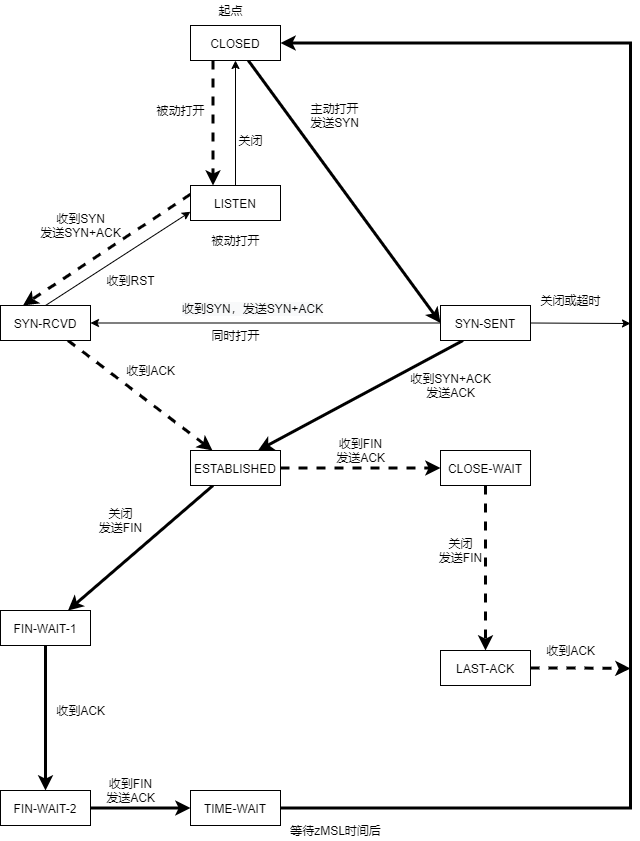
Above: draw.io/network/TCP有限状态机.png in qinjianmin/draw.io (draw.io), before the change. Source tidied: cells renumbered, new cells last; positions are measured from the earlier drawing's top-left corner, leaving out a move shared by most shapes. The source it was exported from:
```xml
<mxGraphModel>
  <root>
    <mxCell id="0" />
    <mxCell id="1" parent="0" />
    <mxCell id="2" style="rounded=0;jettySize=auto;html=1;entryX=0;entryY=0.5;entryDx=0;entryDy=0;strokeWidth=3;" parent="1" edge="1" source="4" target="12">
      <mxGeometry relative="1" as="geometry" />
    </mxCell>
    <mxCell id="3" style="edgeStyle=none;rounded=0;jettySize=auto;html=1;exitX=0.25;exitY=1;exitDx=0;exitDy=0;entryX=0.25;entryY=0;entryDx=0;entryDy=0;strokeWidth=3;dashed=1;" parent="1" edge="1" source="4" target="8">
      <mxGeometry relative="1" as="geometry" />
    </mxCell>
    <mxCell id="4" value="CLOSED" style="rounded=0;whiteSpace=wrap;html=1;" parent="1" vertex="1">
      <mxGeometry x="190" y="25" width="90" height="35" as="geometry" />
    </mxCell>
    <mxCell id="5" value="起点" style="text;html=1;align=center;verticalAlign=middle;strokeColor=none;" parent="1" vertex="1">
      <mxGeometry x="210" width="40" height="20" as="geometry" />
    </mxCell>
    <mxCell id="6" style="edgeStyle=none;rounded=0;jettySize=auto;html=1;exitX=0;exitY=0.25;exitDx=0;exitDy=0;entryX=0.25;entryY=0;entryDx=0;entryDy=0;strokeWidth=3;dashed=1;" parent="1" edge="1" source="8" target="15">
      <mxGeometry relative="1" as="geometry" />
    </mxCell>
    <mxCell id="7" style="edgeStyle=orthogonalEdgeStyle;rounded=0;jettySize=auto;html=1;exitX=0.5;exitY=0;exitDx=0;exitDy=0;entryX=0.5;entryY=1;entryDx=0;entryDy=0;strokeWidth=1;" parent="1" edge="1" source="8" target="4">
      <mxGeometry relative="1" as="geometry" />
    </mxCell>
    <mxCell id="8" value="LISTEN" style="rounded=0;whiteSpace=wrap;html=1;" parent="1" vertex="1">
      <mxGeometry x="190" y="185" width="90" height="35" as="geometry" />
    </mxCell>
    <mxCell id="9" style="edgeStyle=none;rounded=0;jettySize=auto;html=1;exitX=0.25;exitY=1;exitDx=0;exitDy=0;entryX=0.75;entryY=0;entryDx=0;entryDy=0;strokeWidth=3;" parent="1" edge="1" source="12" target="18">
      <mxGeometry relative="1" as="geometry" />
    </mxCell>
    <mxCell id="10" style="edgeStyle=none;rounded=0;jettySize=auto;html=1;exitX=1;exitY=0.5;exitDx=0;exitDy=0;strokeWidth=1;" parent="1" edge="1" source="12">
      <mxGeometry relative="1" as="geometry">
        <mxPoint x="630" y="323" as="targetPoint" />
      </mxGeometry>
    </mxCell>
    <mxCell id="11" style="edgeStyle=none;rounded=0;jettySize=auto;html=1;exitX=0;exitY=0.5;exitDx=0;exitDy=0;entryX=1;entryY=0.5;entryDx=0;entryDy=0;strokeWidth=1;" parent="1" edge="1" source="12" target="15">
      <mxGeometry relative="1" as="geometry" />
    </mxCell>
    <mxCell id="12" value="SYN-SENT" style="rounded=0;whiteSpace=wrap;html=1;" parent="1" vertex="1">
      <mxGeometry x="440" y="305" width="90" height="35" as="geometry" />
    </mxCell>
    <mxCell id="13" style="edgeStyle=none;rounded=0;jettySize=auto;html=1;exitX=0.75;exitY=1;exitDx=0;exitDy=0;dashed=1;strokeWidth=3;" parent="1" edge="1" source="15" target="18">
      <mxGeometry relative="1" as="geometry" />
    </mxCell>
    <mxCell id="14" style="rounded=0;jettySize=auto;html=1;exitX=0.5;exitY=0;exitDx=0;exitDy=0;strokeWidth=1;entryX=0;entryY=0.75;entryDx=0;entryDy=0;" parent="1" edge="1" source="15" target="8">
      <mxGeometry relative="1" as="geometry" />
    </mxCell>
    <mxCell id="15" value="SYN-RCVD" style="rounded=0;whiteSpace=wrap;html=1;" parent="1" vertex="1">
      <mxGeometry y="305" width="90" height="35" as="geometry" />
    </mxCell>
    <mxCell id="16" style="edgeStyle=none;rounded=0;jettySize=auto;html=1;exitX=0.25;exitY=1;exitDx=0;exitDy=0;entryX=0.75;entryY=0;entryDx=0;entryDy=0;strokeWidth=3;" parent="1" edge="1" source="18" target="23">
      <mxGeometry relative="1" as="geometry" />
    </mxCell>
    <mxCell id="17" style="edgeStyle=none;rounded=0;jettySize=auto;html=1;exitX=1;exitY=0.5;exitDx=0;exitDy=0;entryX=0;entryY=0.5;entryDx=0;entryDy=0;dashed=1;strokeWidth=3;" parent="1" edge="1" source="18" target="31">
      <mxGeometry relative="1" as="geometry" />
    </mxCell>
    <mxCell id="18" value="ESTABLISHED" style="rounded=0;whiteSpace=wrap;html=1;" parent="1" vertex="1">
      <mxGeometry x="190" y="450" width="90" height="35" as="geometry" />
    </mxCell>
    <mxCell id="19" value="主动打开&lt;br&gt;发送SYN" style="text;html=1;align=center;verticalAlign=middle;strokeColor=none;" parent="1" vertex="1">
      <mxGeometry x="304" y="100" width="60" height="30" as="geometry" />
    </mxCell>
    <mxCell id="20" value="收到SYN&lt;br&gt;发送SYN+ACK" style="text;html=1;align=center;verticalAlign=middle;strokeColor=none;" parent="1" vertex="1">
      <mxGeometry x="30" y="210" width="100" height="30" as="geometry" />
    </mxCell>
    <mxCell id="21" value="收到SYN+ACK&lt;br&gt;发送ACK" style="text;html=1;align=center;verticalAlign=middle;strokeColor=none;" parent="1" vertex="1">
      <mxGeometry x="400" y="370" width="100" height="30" as="geometry" />
    </mxCell>
    <mxCell id="22" style="edgeStyle=none;rounded=0;jettySize=auto;html=1;exitX=0.5;exitY=1;exitDx=0;exitDy=0;entryX=0.5;entryY=0;entryDx=0;entryDy=0;strokeWidth=3;" parent="1" edge="1" source="23" target="26">
      <mxGeometry relative="1" as="geometry" />
    </mxCell>
    <mxCell id="23" value="FIN-WAIT-1" style="rounded=0;whiteSpace=wrap;html=1;" parent="1" vertex="1">
      <mxGeometry y="610" width="90" height="35" as="geometry" />
    </mxCell>
    <mxCell id="24" value="关闭&lt;br&gt;发送FIN" style="text;html=1;align=center;verticalAlign=middle;strokeColor=none;" parent="1" vertex="1">
      <mxGeometry x="90" y="505" width="60" height="30" as="geometry" />
    </mxCell>
    <mxCell id="25" style="edgeStyle=none;rounded=0;jettySize=auto;html=1;exitX=1;exitY=0.5;exitDx=0;exitDy=0;entryX=0;entryY=0.5;entryDx=0;entryDy=0;strokeWidth=3;" parent="1" edge="1" source="26" target="37">
      <mxGeometry relative="1" as="geometry" />
    </mxCell>
    <mxCell id="26" value="FIN-WAIT-2" style="rounded=0;whiteSpace=wrap;html=1;" parent="1" vertex="1">
      <mxGeometry y="790" width="90" height="35" as="geometry" />
    </mxCell>
    <mxCell id="27" value="收到ACK" style="text;html=1;align=center;verticalAlign=middle;strokeColor=none;" parent="1" vertex="1">
      <mxGeometry x="50" y="700" width="60" height="20" as="geometry" />
    </mxCell>
    <mxCell id="28" value="被动打开" style="text;html=1;align=center;verticalAlign=middle;strokeColor=none;" parent="1" vertex="1">
      <mxGeometry x="150" y="100" width="60" height="20" as="geometry" />
    </mxCell>
    <mxCell id="29" value="收到ACK" style="text;html=1;align=center;verticalAlign=middle;strokeColor=none;" parent="1" vertex="1">
      <mxGeometry x="120" y="360" width="60" height="20" as="geometry" />
    </mxCell>
    <mxCell id="30" style="edgeStyle=none;rounded=0;jettySize=auto;html=1;exitX=0.5;exitY=1;exitDx=0;exitDy=0;entryX=0.5;entryY=0;entryDx=0;entryDy=0;dashed=1;strokeWidth=3;" parent="1" edge="1" source="31" target="34">
      <mxGeometry relative="1" as="geometry" />
    </mxCell>
    <mxCell id="31" value="CLOSE-WAIT" style="rounded=0;whiteSpace=wrap;html=1;" parent="1" vertex="1">
      <mxGeometry x="440" y="450" width="90" height="35" as="geometry" />
    </mxCell>
    <mxCell id="32" value="收到FIN&lt;br&gt;发送ACK" style="text;html=1;align=center;verticalAlign=middle;strokeColor=none;" parent="1" vertex="1">
      <mxGeometry x="330" y="435" width="60" height="30" as="geometry" />
    </mxCell>
    <mxCell id="33" style="edgeStyle=orthogonalEdgeStyle;rounded=0;jettySize=auto;html=1;exitX=1;exitY=0.5;exitDx=0;exitDy=0;strokeWidth=3;dashed=1;" parent="1" edge="1" source="34">
      <mxGeometry relative="1" as="geometry">
        <mxPoint x="630" y="668" as="targetPoint" />
      </mxGeometry>
    </mxCell>
    <mxCell id="34" value="LAST-ACK" style="rounded=0;whiteSpace=wrap;html=1;" parent="1" vertex="1">
      <mxGeometry x="440" y="650" width="90" height="35" as="geometry" />
    </mxCell>
    <mxCell id="35" value="关闭&lt;br&gt;发送FIN" style="text;html=1;align=center;verticalAlign=middle;strokeColor=none;" parent="1" vertex="1">
      <mxGeometry x="430" y="535" width="60" height="30" as="geometry" />
    </mxCell>
    <mxCell id="36" style="edgeStyle=orthogonalEdgeStyle;rounded=0;jettySize=auto;html=1;exitX=1;exitY=0.5;exitDx=0;exitDy=0;entryX=1;entryY=0.5;entryDx=0;entryDy=0;strokeWidth=3;" parent="1" edge="1" source="37" target="4">
      <mxGeometry relative="1" as="geometry">
        <Array as="points">
          <mxPoint x="630" y="808" />
          <mxPoint x="630" y="43" />
        </Array>
      </mxGeometry>
    </mxCell>
    <mxCell id="37" value="TIME-WAIT" style="rounded=0;whiteSpace=wrap;html=1;" parent="1" vertex="1">
      <mxGeometry x="190" y="790" width="90" height="35" as="geometry" />
    </mxCell>
    <mxCell id="38" value="收到FIN&lt;br&gt;发送ACK" style="text;html=1;align=center;verticalAlign=middle;strokeColor=none;" parent="1" vertex="1">
      <mxGeometry x="100" y="775" width="60" height="30" as="geometry" />
    </mxCell>
    <mxCell id="39" value="等待zMSL时间后" style="text;html=1;align=center;verticalAlign=middle;strokeColor=none;" parent="1" vertex="1">
      <mxGeometry x="280" y="820" width="110" height="20" as="geometry" />
    </mxCell>
    <mxCell id="40" value="收到ACK" style="text;html=1;align=center;verticalAlign=middle;strokeColor=none;" parent="1" vertex="1">
      <mxGeometry x="540" y="640" width="60" height="20" as="geometry" />
    </mxCell>
    <mxCell id="41" value="关闭" style="text;html=1;align=center;verticalAlign=middle;strokeColor=none;" parent="1" vertex="1">
      <mxGeometry x="230" y="130" width="40" height="20" as="geometry" />
    </mxCell>
    <mxCell id="42" value="被动打开" style="text;html=1;align=center;verticalAlign=middle;strokeColor=none;" parent="1" vertex="1">
      <mxGeometry x="205" y="230" width="60" height="20" as="geometry" />
    </mxCell>
    <mxCell id="43" value="收到RST" style="text;html=1;align=center;verticalAlign=middle;strokeColor=none;" parent="1" vertex="1">
      <mxGeometry x="100" y="270" width="60" height="20" as="geometry" />
    </mxCell>
    <mxCell id="44" value="关闭或超时" style="text;html=1;align=center;verticalAlign=middle;strokeColor=none;" parent="1" vertex="1">
      <mxGeometry x="530" y="290" width="80" height="20" as="geometry" />
    </mxCell>
    <mxCell id="45" value="&lt;span style=&quot;color: rgb(0 , 0 , 0) ; font-family: &amp;#34;helvetica&amp;#34; ; font-size: 12px ; font-style: normal ; font-weight: 400 ; letter-spacing: normal ; text-align: center ; text-indent: 0px ; text-transform: none ; word-spacing: 0px ; background-color: rgb(248 , 249 , 250) ; display: inline ; float: none&quot;&gt;收到SYN，&lt;/span&gt;&lt;span style=&quot;color: rgb(0 , 0 , 0) ; font-family: &amp;#34;helvetica&amp;#34; ; font-size: 12px ; font-style: normal ; font-weight: 400 ; letter-spacing: normal ; text-align: center ; text-indent: 0px ; text-transform: none ; word-spacing: 0px ; background-color: rgb(248 , 249 , 250) ; display: inline ; float: none&quot;&gt;发送SYN+ACK&lt;/span&gt;" style="text;whiteSpace=wrap;html=1;" parent="1" vertex="1">
      <mxGeometry x="180" y="295" width="165" height="30" as="geometry" />
    </mxCell>
    <mxCell id="46" value="同时打开" style="text;html=1;align=center;verticalAlign=middle;strokeColor=none;" parent="1" vertex="1">
      <mxGeometry x="205" y="325" width="60" height="20" as="geometry" />
    </mxCell>
  </root>
</mxGraphModel>
```
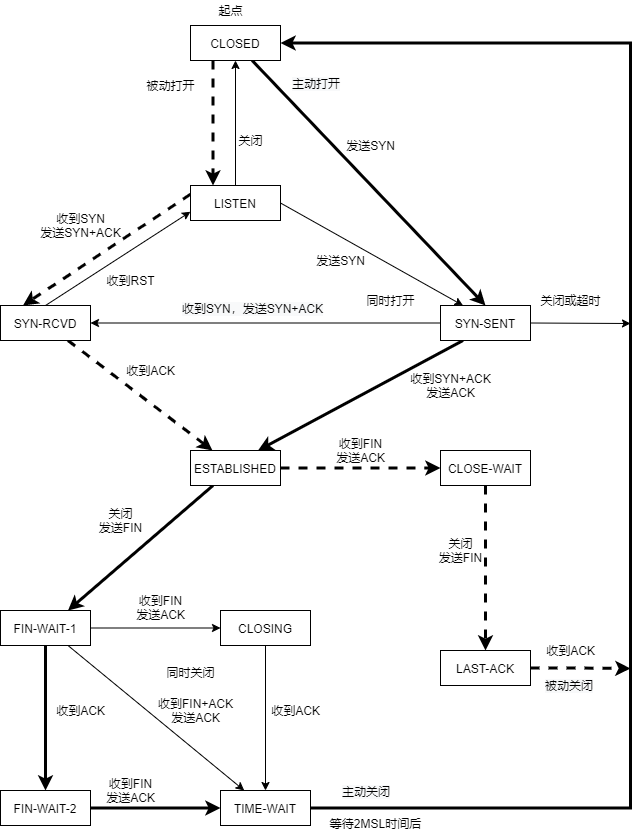
The same file after the commit.

Commit message:
Update TCP有限状态机.png

What changed in the source:
```diff
@@ -2,7 +2,7 @@
   <root>
     <mxCell id="0" />
     <mxCell id="1" parent="0" />
-    <mxCell id="2" style="rounded=0;jettySize=auto;html=1;entryX=0;entryY=0.5;entryDx=0;entryDy=0;strokeWidth=3;" parent="1" edge="1" source="4" target="12">
+    <mxCell id="2" style="rounded=0;jettySize=auto;html=1;entryX=0.5;entryY=0;entryDx=0;entryDy=0;strokeWidth=3;" parent="1" edge="1" source="4" target="12">
       <mxGeometry relative="1" as="geometry" />
     </mxCell>
     <mxCell id="3" style="edgeStyle=none;rounded=0;jettySize=auto;html=1;exitX=0.25;exitY=1;exitDx=0;exitDy=0;entryX=0.25;entryY=0;entryDx=0;entryDy=0;strokeWidth=3;dashed=1;" parent="1" edge="1" source="4" target="8">
@@ -20,6 +20,9 @@
     <mxCell id="7" style="edgeStyle=orthogonalEdgeStyle;rounded=0;jettySize=auto;html=1;exitX=0.5;exitY=0;exitDx=0;exitDy=0;entryX=0.5;entryY=1;entryDx=0;entryDy=0;strokeWidth=1;" parent="1" edge="1" source="8" target="4">
       <mxGeometry relative="1" as="geometry" />
     </mxCell>
+    <mxCell id="47" style="rounded=0;jettySize=auto;html=1;exitX=1;exitY=0.5;exitDx=0;exitDy=0;entryX=0.25;entryY=0;entryDx=0;entryDy=0;" parent="1" edge="1" source="8" target="12">
+      <mxGeometry relative="1" as="geometry" />
+    </mxCell>
     <mxCell id="8" value="LISTEN" style="rounded=0;whiteSpace=wrap;html=1;" parent="1" vertex="1">
       <mxGeometry x="190" y="185" width="90" height="35" as="geometry" />
     </mxCell>
@@ -55,8 +58,8 @@
     <mxCell id="18" value="ESTABLISHED" style="rounded=0;whiteSpace=wrap;html=1;" parent="1" vertex="1">
       <mxGeometry x="190" y="450" width="90" height="35" as="geometry" />
     </mxCell>
-    <mxCell id="19" value="主动打开&lt;br&gt;发送SYN" style="text;html=1;align=center;verticalAlign=middle;strokeColor=none;" parent="1" vertex="1">
-      <mxGeometry x="304" y="100" width="60" height="30" as="geometry" />
+    <mxCell id="19" value="发送SYN" style="text;html=1;align=center;verticalAlign=middle;strokeColor=none;" parent="1" vertex="1">
+      <mxGeometry x="340" y="135" width="60" height="20" as="geometry" />
     </mxCell>
     <mxCell id="20" value="收到SYN&lt;br&gt;发送SYN+ACK" style="text;html=1;align=center;verticalAlign=middle;strokeColor=none;" parent="1" vertex="1">
       <mxGeometry x="30" y="210" width="100" height="30" as="geometry" />
@@ -67,6 +70,12 @@
     <mxCell id="22" style="edgeStyle=none;rounded=0;jettySize=auto;html=1;exitX=0.5;exitY=1;exitDx=0;exitDy=0;entryX=0.5;entryY=0;entryDx=0;entryDy=0;strokeWidth=3;" parent="1" edge="1" source="23" target="26">
       <mxGeometry relative="1" as="geometry" />
     </mxCell>
+    <mxCell id="48" style="edgeStyle=none;rounded=0;jettySize=auto;html=1;exitX=1;exitY=0.5;exitDx=0;exitDy=0;entryX=0;entryY=0.5;entryDx=0;entryDy=0;" parent="1" edge="1" source="23" target="52">
+      <mxGeometry relative="1" as="geometry" />
+    </mxCell>
+    <mxCell id="49" style="edgeStyle=none;rounded=0;jettySize=auto;html=1;exitX=0.75;exitY=1;exitDx=0;exitDy=0;" parent="1" edge="1" source="23" target="37">
+      <mxGeometry relative="1" as="geometry" />
+    </mxCell>
     <mxCell id="23" value="FIN-WAIT-1" style="rounded=0;whiteSpace=wrap;html=1;" parent="1" vertex="1">
       <mxGeometry y="610" width="90" height="35" as="geometry" />
     </mxCell>
@@ -83,7 +92,7 @@
       <mxGeometry x="50" y="700" width="60" height="20" as="geometry" />
     </mxCell>
     <mxCell id="28" value="被动打开" style="text;html=1;align=center;verticalAlign=middle;strokeColor=none;" parent="1" vertex="1">
-      <mxGeometry x="150" y="100" width="60" height="20" as="geometry" />
+      <mxGeometry x="140" y="75" width="60" height="20" as="geometry" />
     </mxCell>
     <mxCell id="29" value="收到ACK" style="text;html=1;align=center;verticalAlign=middle;strokeColor=none;" parent="1" vertex="1">
       <mxGeometry x="120" y="360" width="60" height="20" as="geometry" />
@@ -117,13 +126,13 @@
       </mxGeometry>
     </mxCell>
     <mxCell id="37" value="TIME-WAIT" style="rounded=0;whiteSpace=wrap;html=1;" parent="1" vertex="1">
-      <mxGeometry x="190" y="790" width="90" height="35" as="geometry" />
+      <mxGeometry x="220" y="790" width="90" height="35" as="geometry" />
     </mxCell>
     <mxCell id="38" value="收到FIN&lt;br&gt;发送ACK" style="text;html=1;align=center;verticalAlign=middle;strokeColor=none;" parent="1" vertex="1">
       <mxGeometry x="100" y="775" width="60" height="30" as="geometry" />
     </mxCell>
-    <mxCell id="39" value="等待zMSL时间后" style="text;html=1;align=center;verticalAlign=middle;strokeColor=none;" parent="1" vertex="1">
-      <mxGeometry x="280" y="820" width="110" height="20" as="geometry" />
+    <mxCell id="39" value="等待2MSL时间后" style="text;html=1;align=center;verticalAlign=middle;strokeColor=none;" parent="1" vertex="1">
+      <mxGeometry x="320" y="813" width="110" height="20" as="geometry" />
     </mxCell>
     <mxCell id="40" value="收到ACK" style="text;html=1;align=center;verticalAlign=middle;strokeColor=none;" parent="1" vertex="1">
       <mxGeometry x="540" y="640" width="60" height="20" as="geometry" />
@@ -131,9 +140,6 @@
     <mxCell id="41" value="关闭" style="text;html=1;align=center;verticalAlign=middle;strokeColor=none;" parent="1" vertex="1">
       <mxGeometry x="230" y="130" width="40" height="20" as="geometry" />
     </mxCell>
-    <mxCell id="42" value="被动打开" style="text;html=1;align=center;verticalAlign=middle;strokeColor=none;" parent="1" vertex="1">
-      <mxGeometry x="205" y="230" width="60" height="20" as="geometry" />
-    </mxCell>
     <mxCell id="43" value="收到RST" style="text;html=1;align=center;verticalAlign=middle;strokeColor=none;" parent="1" vertex="1">
       <mxGeometry x="100" y="270" width="60" height="20" as="geometry" />
     </mxCell>
@@ -144,7 +150,37 @@
       <mxGeometry x="180" y="295" width="165" height="30" as="geometry" />
     </mxCell>
     <mxCell id="46" value="同时打开" style="text;html=1;align=center;verticalAlign=middle;strokeColor=none;" parent="1" vertex="1">
-      <mxGeometry x="205" y="325" width="60" height="20" as="geometry" />
+      <mxGeometry x="360" y="290" width="60" height="20" as="geometry" />
     </mxCell>
+    <mxCell id="50" value="发送SYN" style="text;html=1;align=center;verticalAlign=middle;strokeColor=none;" parent="1" vertex="1">
+      <mxGeometry x="310" y="250" width="60" height="20" as="geometry" />
+    </mxCell>
+    <mxCell id="51" style="edgeStyle=none;rounded=0;jettySize=auto;html=1;exitX=0.5;exitY=1;exitDx=0;exitDy=0;entryX=0.5;entryY=0;entryDx=0;entryDy=0;" parent="1" edge="1" source="52" target="37">
+      <mxGeometry relative="1" as="geometry" />
+    </mxCell>
+    <mxCell id="52" value="CLOSING" style="rounded=0;whiteSpace=wrap;html=1;" parent="1" vertex="1">
+      <mxGeometry x="220" y="610" width="90" height="35" as="geometry" />
+    </mxCell>
+    <mxCell id="53" value="收到FIN&lt;br&gt;发送ACK" style="text;html=1;align=center;verticalAlign=middle;strokeColor=none;" parent="1" vertex="1">
+      <mxGeometry x="130" y="592" width="60" height="30" as="geometry" />
+    </mxCell>
+    <mxCell id="54" value="同时关闭" style="text;html=1;align=center;verticalAlign=middle;strokeColor=none;" parent="1" vertex="1">
+      <mxGeometry x="160" y="662" width="60" height="20" as="geometry" />
+    </mxCell>
+    <mxCell id="55" value="收到ACK" style="text;html=1;align=center;verticalAlign=middle;strokeColor=none;" parent="1" vertex="1">
+      <mxGeometry x="265" y="700" width="60" height="20" as="geometry" />
+    </mxCell>
+    <mxCell id="56" value="收到FIN+ACK&lt;br&gt;发送ACK" style="text;html=1;align=center;verticalAlign=middle;strokeColor=none;" parent="1" vertex="1">
+      <mxGeometry x="150" y="695" width="90" height="30" as="geometry" />
+    </mxCell>
+    <mxCell id="57" value="&lt;span style=&quot;color: rgb(0, 0, 0); font-family: helvetica; font-size: 12px; font-style: normal; font-weight: 400; letter-spacing: normal; text-align: center; text-indent: 0px; text-transform: none; word-spacing: 0px; background-color: rgb(248, 249, 250); display: inline; float: none;&quot;&gt;主动打开&lt;/span&gt;" style="text;whiteSpace=wrap;html=1;" parent="1" vertex="1">
+      <mxGeometry x="290" y="70" width="70" height="30" as="geometry" />
+    </mxCell>
+    <mxCell id="58" value="&lt;span style=&quot;color: rgb(0 , 0 , 0) ; font-family: &amp;#34;helvetica&amp;#34; ; font-size: 12px ; font-style: normal ; font-weight: 400 ; letter-spacing: normal ; text-align: center ; text-indent: 0px ; text-transform: none ; word-spacing: 0px ; background-color: rgb(248 , 249 , 250) ; display: inline ; float: none&quot;&gt;被动关闭&lt;/span&gt;" style="text;whiteSpace=wrap;html=1;" parent="1" vertex="1">
+      <mxGeometry x="543" y="672" width="70" height="30" as="geometry" />
+    </mxCell>
+    <mxCell id="59" value="&lt;span style=&quot;color: rgb(0 , 0 , 0) ; font-family: &amp;#34;helvetica&amp;#34; ; font-size: 12px ; font-style: normal ; font-weight: 400 ; letter-spacing: normal ; text-align: center ; text-indent: 0px ; text-transform: none ; word-spacing: 0px ; background-color: rgb(248 , 249 , 250) ; display: inline ; float: none&quot;&gt;主动关闭&lt;/span&gt;" style="text;whiteSpace=wrap;html=1;" parent="1" vertex="1">
+      <mxGeometry x="340" y="778" width="70" height="30" as="geometry" />
+    </mxCell>
   </root>
 </mxGraphModel>
```
